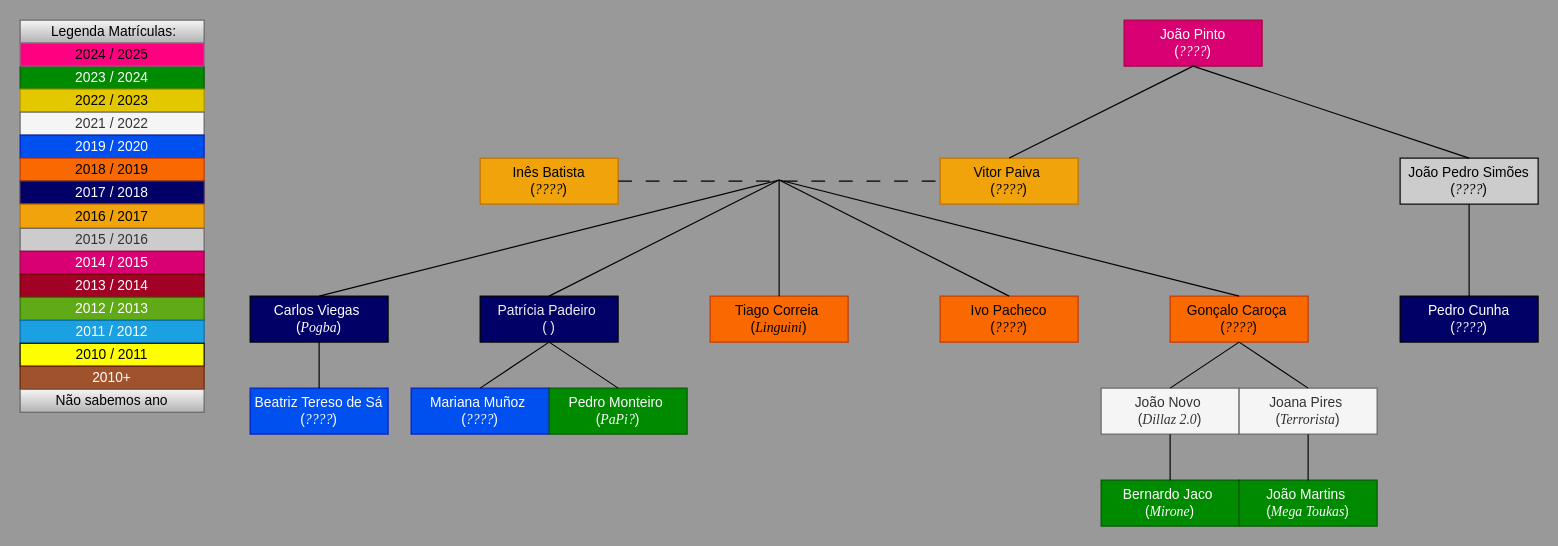
The draw.io diagram Draw.io/Familia_do_João_Pinto.drawio in pdmtmr/PDMTMRTESTLOCATION-AKA-ARBUSTO, before the edit. Source tidied: cells renumbered, new cells numbered last; positions are measured from the earlier drawing's top-left corner, leaving out a move shared by most shapes. Both pictures are drawn from the tidied source at 115%, with x=0, y=0 at pixel (20, 20).
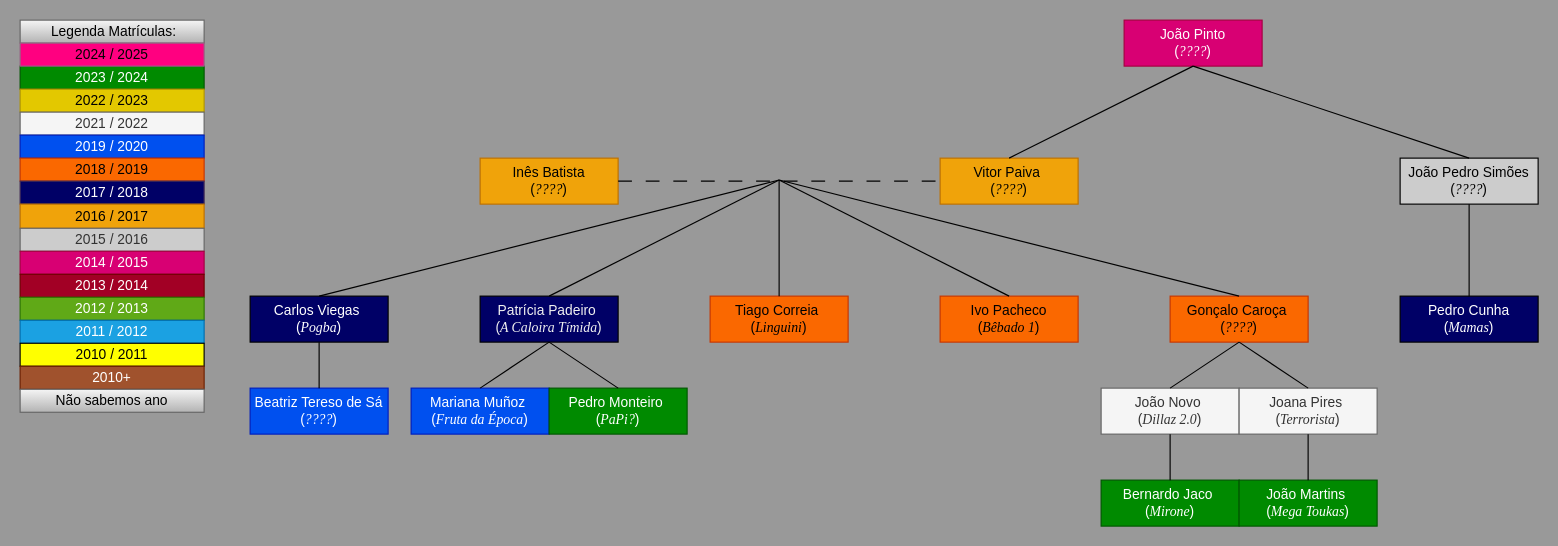
Above is the later version.

Change to the diagram source:
```diff
@@
-    <mxCell id="19" value="&lt;div&gt;Patrícia Padeiro&amp;nbsp;&lt;/div&gt;&lt;div&gt;(&lt;font face=&quot;Times New Roman&quot;&gt;&lt;i&gt; &lt;/i&gt;&lt;/font&gt;)&lt;/div&gt;" style="rounded=0;whiteSpace=wrap;html=1;fillColor=#000066;fontColor=#F0F0F0;" parent="1" vertex="1">
+    <mxCell id="19" value="&lt;div&gt;Patrícia Padeiro&amp;nbsp;&lt;/div&gt;&lt;div&gt;(&lt;font face=&quot;Times New Roman&quot;&gt;&lt;i&gt;A Caloira Tímida&lt;/i&gt;&lt;/font&gt;)&lt;/div&gt;" style="rounded=0;whiteSpace=wrap;html=1;fillColor=#000066;fontColor=#F0F0F0;" parent="1" vertex="1">
       <mxGeometry x="400" y="240" width="120" height="40" as="geometry" />
     </mxCell>
@@
-    <mxCell id="23" value="&lt;div&gt;Ivo Pacheco&lt;/div&gt;&lt;div&gt;(&lt;i&gt;&lt;font face=&quot;Times New Roman&quot;&gt;????&lt;/font&gt;&lt;/i&gt;)&lt;/div&gt;" style="rounded=0;whiteSpace=wrap;html=1;fillColor=#fa6800;fontColor=#000000;strokeColor=#C73500;" parent="1" vertex="1">
+    <mxCell id="23" value="&lt;div&gt;Ivo Pacheco&lt;/div&gt;&lt;div&gt;(&lt;font face=&quot;Times New Roman&quot;&gt;&lt;i&gt;Bêbado 1&lt;/i&gt;&lt;/font&gt;)&lt;/div&gt;" style="rounded=0;whiteSpace=wrap;html=1;fillColor=#fa6800;fontColor=#000000;strokeColor=#C73500;" parent="1" vertex="1">
       <mxGeometry x="800" y="240" width="120" height="40" as="geometry" />
     </mxCell>
@@
-    <mxCell id="26" value="&lt;div&gt;Mariana Muñoz&amp;nbsp;&lt;/div&gt;&lt;div&gt;(&lt;font face=&quot;Times New Roman&quot;&gt;&lt;i&gt;????&lt;/i&gt;&lt;/font&gt;)&lt;/div&gt;" style="rounded=0;whiteSpace=wrap;html=1;fillColor=#0050ef;fontColor=#ffffff;strokeColor=#001DBC;" parent="1" vertex="1">
+    <mxCell id="26" value="&lt;div&gt;Mariana Muñoz&amp;nbsp;&lt;/div&gt;&lt;div&gt;(&lt;font face=&quot;Times New Roman&quot;&gt;&lt;i&gt;Fruta da Época&lt;/i&gt;&lt;/font&gt;)&lt;/div&gt;" style="rounded=0;whiteSpace=wrap;html=1;fillColor=#0050ef;fontColor=#ffffff;strokeColor=#001DBC;" parent="1" vertex="1">
       <mxGeometry x="340" y="320" width="120" height="40" as="geometry" />
     </mxCell>
@@
-    <mxCell id="43" value="&lt;div&gt;&lt;span style=&quot;background-color: initial;&quot;&gt;Pedro Cunha&lt;/span&gt;&lt;/div&gt;&lt;div&gt;&lt;span style=&quot;background-color: initial;&quot;&gt;(&lt;/span&gt;&lt;i style=&quot;background-color: initial;&quot;&gt;&lt;font face=&quot;Times New Roman&quot;&gt;????&lt;/font&gt;&lt;/i&gt;&lt;span style=&quot;background-color: initial;&quot;&gt;)&lt;/span&gt;&lt;/div&gt;" style="rounded=0;whiteSpace=wrap;html=1;fillColor=#000066;fontColor=#FFFFFF;" parent="1" vertex="1">
+    <mxCell id="43" value="&lt;div&gt;&lt;span style=&quot;background-color: initial;&quot;&gt;Pedro Cunha&lt;/span&gt;&lt;/div&gt;&lt;div&gt;&lt;span style=&quot;background-color: initial;&quot;&gt;(&lt;font face=&quot;Times New Roman&quot;&gt;&lt;i&gt;Mamas&lt;/i&gt;&lt;/font&gt;&lt;/span&gt;&lt;span style=&quot;background-color: initial;&quot;&gt;)&lt;/span&gt;&lt;/div&gt;" style="rounded=0;whiteSpace=wrap;html=1;fillColor=#000066;fontColor=#FFFFFF;" parent="1" vertex="1">
       <mxGeometry x="1200" y="240" width="120" height="40" as="geometry" />
     </mxCell>
```
